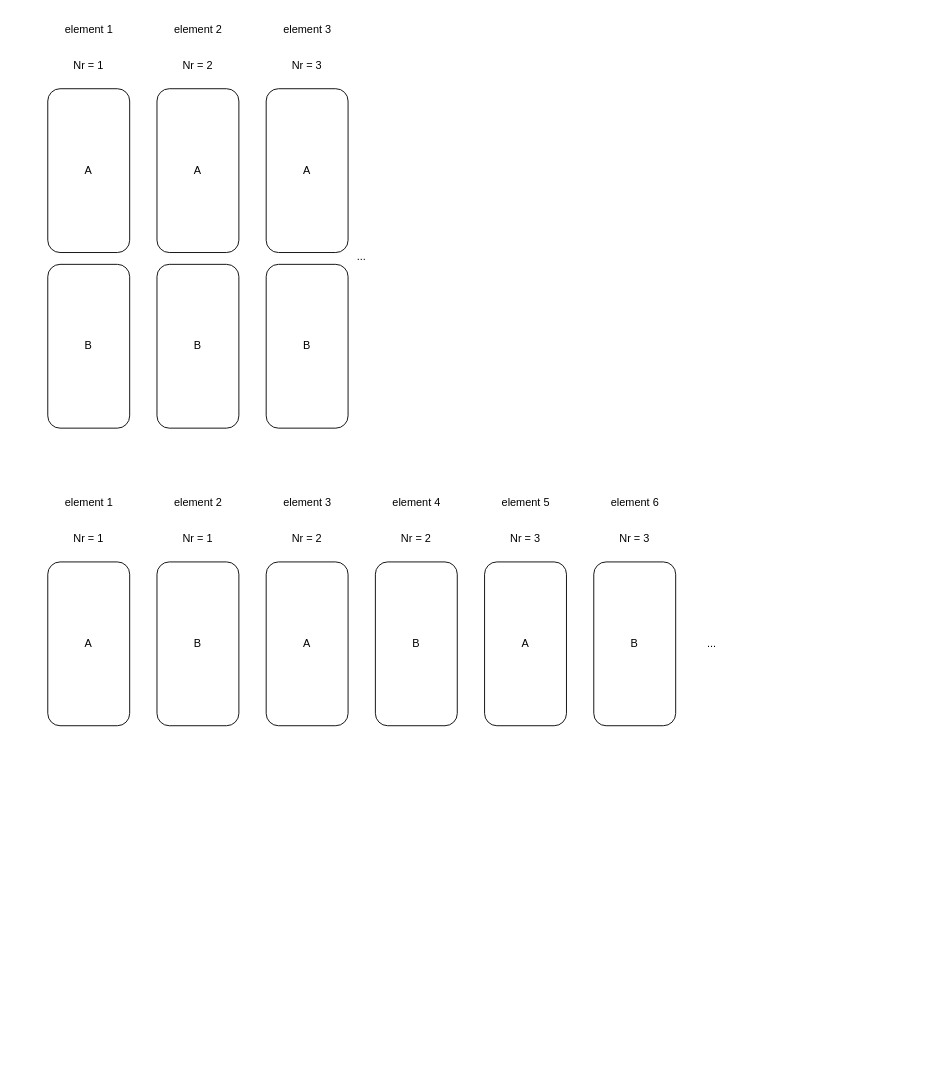
Above: SPR-CNN/未命名绘图.drawio in OuO333333/CNN4CE (draw.io), before the change. Source tidied: cells renumbered, new cells numbered last; positions are measured from the earlier drawing's top-left corner, leaving out a move shared by most shapes. Both pictures are drawn from the tidied source at 91%, with x=0, y=0 at pixel (47, 15).
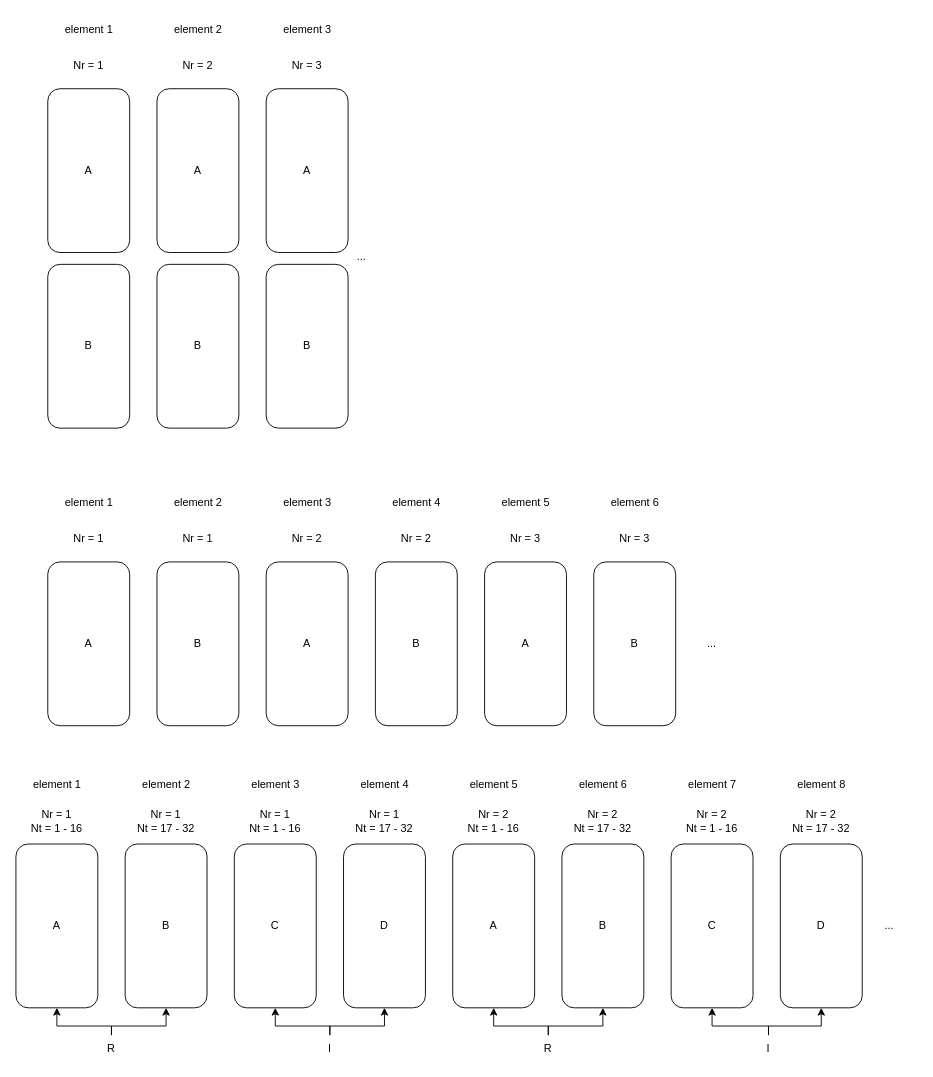
Above is the later version.

Commit message:
更新未命名绘图.drawio

What changed in the source:
```diff
@@
+    <mxCell id="34" value="A" style="rounded=1;whiteSpace=wrap;html=1;" parent="1" vertex="1">
+      <mxGeometry x="-35" y="910" width="90" height="180" as="geometry" />
+    </mxCell>
+    <mxCell id="35" value="Nr = 1&lt;br&gt;Nt = 1 - 16" style="text;html=1;strokeColor=none;fillColor=none;align=center;verticalAlign=middle;whiteSpace=wrap;rounded=0;" parent="1" vertex="1">
+      <mxGeometry x="-20" y="870" width="60" height="30" as="geometry" />
+    </mxCell>
+    <mxCell id="36" value="B" style="rounded=1;whiteSpace=wrap;html=1;" parent="1" vertex="1">
+      <mxGeometry x="85" y="910" width="90" height="180" as="geometry" />
+    </mxCell>
+    <mxCell id="37" value="Nr = 1&lt;br&gt;Nt = 17 - 32" style="text;html=1;strokeColor=none;fillColor=none;align=center;verticalAlign=middle;whiteSpace=wrap;rounded=0;" parent="1" vertex="1">
+      <mxGeometry x="95" y="870" width="70" height="30" as="geometry" />
+    </mxCell>
+    <mxCell id="38" value="C" style="rounded=1;whiteSpace=wrap;html=1;" parent="1" vertex="1">
+      <mxGeometry x="205" y="910" width="90" height="180" as="geometry" />
+    </mxCell>
+    <mxCell id="39" value="Nr = 1&lt;br&gt;Nt = 1 - 16" style="text;html=1;strokeColor=none;fillColor=none;align=center;verticalAlign=middle;whiteSpace=wrap;rounded=0;" parent="1" vertex="1">
+      <mxGeometry x="220" y="870" width="60" height="30" as="geometry" />
+    </mxCell>
+    <mxCell id="40" value="element 1" style="text;html=1;align=center;verticalAlign=middle;strokeColor=none;fillColor=none;" parent="1" vertex="1">
+      <mxGeometry x="-30" y="830" width="80" height="30" as="geometry" />
+    </mxCell>
+    <mxCell id="41" value="element 2" style="text;html=1;align=center;verticalAlign=middle;strokeColor=none;fillColor=none;" parent="1" vertex="1">
+      <mxGeometry x="90" y="830" width="80" height="30" as="geometry" />
+    </mxCell>
+    <mxCell id="42" value="element 3" style="text;html=1;align=center;verticalAlign=middle;strokeColor=none;fillColor=none;" parent="1" vertex="1">
+      <mxGeometry x="210" y="830" width="80" height="30" as="geometry" />
+    </mxCell>
+    <mxCell id="43" value="D" style="rounded=1;whiteSpace=wrap;html=1;" parent="1" vertex="1">
+      <mxGeometry x="325" y="910" width="90" height="180" as="geometry" />
+    </mxCell>
+    <mxCell id="44" value="Nr = 1&lt;br&gt;Nt = 17 - 32" style="text;html=1;strokeColor=none;fillColor=none;align=center;verticalAlign=middle;whiteSpace=wrap;rounded=0;" parent="1" vertex="1">
+      <mxGeometry x="335" y="870" width="70" height="30" as="geometry" />
+    </mxCell>
+    <mxCell id="45" value="A" style="rounded=1;whiteSpace=wrap;html=1;" parent="1" vertex="1">
+      <mxGeometry x="445" y="910" width="90" height="180" as="geometry" />
+    </mxCell>
+    <mxCell id="46" value="Nr = 2&lt;br&gt;Nt = 1 - 16" style="text;html=1;strokeColor=none;fillColor=none;align=center;verticalAlign=middle;whiteSpace=wrap;rounded=0;" parent="1" vertex="1">
+      <mxGeometry x="460" y="870" width="60" height="30" as="geometry" />
+    </mxCell>
+    <mxCell id="47" value="B" style="rounded=1;whiteSpace=wrap;html=1;" parent="1" vertex="1">
+      <mxGeometry x="565" y="910" width="90" height="180" as="geometry" />
+    </mxCell>
+    <mxCell id="48" value="Nr = 2&lt;br&gt;Nt = 17 - 32" style="text;html=1;strokeColor=none;fillColor=none;align=center;verticalAlign=middle;whiteSpace=wrap;rounded=0;" parent="1" vertex="1">
+      <mxGeometry x="575" y="870" width="70" height="30" as="geometry" />
+    </mxCell>
+    <mxCell id="49" value="element 4" style="text;html=1;align=center;verticalAlign=middle;strokeColor=none;fillColor=none;" parent="1" vertex="1">
+      <mxGeometry x="330" y="830" width="80" height="30" as="geometry" />
+    </mxCell>
+    <mxCell id="50" value="element 5" style="text;html=1;align=center;verticalAlign=middle;strokeColor=none;fillColor=none;" parent="1" vertex="1">
+      <mxGeometry x="450" y="830" width="80" height="30" as="geometry" />
+    </mxCell>
+    <mxCell id="51" value="element 6" style="text;html=1;align=center;verticalAlign=middle;strokeColor=none;fillColor=none;" parent="1" vertex="1">
+      <mxGeometry x="570" y="830" width="80" height="30" as="geometry" />
+    </mxCell>
+    <mxCell id="52" value="C" style="rounded=1;whiteSpace=wrap;html=1;" parent="1" vertex="1">
+      <mxGeometry x="685" y="910" width="90" height="180" as="geometry" />
+    </mxCell>
+    <mxCell id="53" value="Nr = 2&lt;br&gt;Nt = 1 - 16" style="text;html=1;strokeColor=none;fillColor=none;align=center;verticalAlign=middle;whiteSpace=wrap;rounded=0;" parent="1" vertex="1">
+      <mxGeometry x="700" y="870" width="60" height="30" as="geometry" />
+    </mxCell>
+    <mxCell id="54" value="D" style="rounded=1;whiteSpace=wrap;html=1;" parent="1" vertex="1">
+      <mxGeometry x="805" y="910" width="90" height="180" as="geometry" />
+    </mxCell>
+    <mxCell id="55" value="Nr = 2&lt;br&gt;Nt = 17 - 32" style="text;html=1;strokeColor=none;fillColor=none;align=center;verticalAlign=middle;whiteSpace=wrap;rounded=0;" parent="1" vertex="1">
+      <mxGeometry x="815" y="870" width="70" height="30" as="geometry" />
+    </mxCell>
+    <mxCell id="56" value="element 7" style="text;html=1;align=center;verticalAlign=middle;strokeColor=none;fillColor=none;" parent="1" vertex="1">
+      <mxGeometry x="690" y="830" width="80" height="30" as="geometry" />
+    </mxCell>
+    <mxCell id="57" value="element 8" style="text;html=1;align=center;verticalAlign=middle;strokeColor=none;fillColor=none;" parent="1" vertex="1">
+      <mxGeometry x="810" y="830" width="80" height="30" as="geometry" />
+    </mxCell>
+    <mxCell id="58" style="edgeStyle=orthogonalEdgeStyle;rounded=0;jettySize=auto;html=1;exitX=0.5;exitY=0;exitDx=0;exitDy=0;entryX=0.5;entryY=1;entryDx=0;entryDy=0;" parent="1" edge="1" source="60" target="52">
+      <mxGeometry relative="1" as="geometry">
+        <Array as="points">
+          <mxPoint x="792" y="1110" />
+          <mxPoint x="730" y="1110" />
+        </Array>
+      </mxGeometry>
+    </mxCell>
+    <mxCell id="59" style="edgeStyle=orthogonalEdgeStyle;rounded=0;jettySize=auto;html=1;exitX=0.5;exitY=0;exitDx=0;exitDy=0;entryX=0.5;entryY=1;entryDx=0;entryDy=0;" parent="1" edge="1" source="60" target="54">
+      <mxGeometry relative="1" as="geometry">
+        <Array as="points">
+          <mxPoint x="792" y="1110" />
+          <mxPoint x="850" y="1110" />
+        </Array>
+      </mxGeometry>
+    </mxCell>
+    <mxCell id="60" value="I" style="text;html=1;strokeColor=none;fillColor=none;align=center;verticalAlign=middle;whiteSpace=wrap;rounded=0;" parent="1" vertex="1">
+      <mxGeometry x="762" y="1120" width="60" height="30" as="geometry" />
+    </mxCell>
+    <mxCell id="61" style="edgeStyle=orthogonalEdgeStyle;rounded=0;jettySize=auto;html=1;exitX=0.5;exitY=0;exitDx=0;exitDy=0;entryX=0.5;entryY=1;entryDx=0;entryDy=0;" parent="1" edge="1" source="63" target="34">
+      <mxGeometry relative="1" as="geometry">
+        <Array as="points">
+          <mxPoint x="70" y="1110" />
+          <mxPoint x="10" y="1110" />
+        </Array>
+      </mxGeometry>
+    </mxCell>
+    <mxCell id="62" style="edgeStyle=orthogonalEdgeStyle;rounded=0;jettySize=auto;html=1;entryX=0.5;entryY=1;entryDx=0;entryDy=0;" parent="1" edge="1" source="63" target="36">
+      <mxGeometry relative="1" as="geometry">
+        <Array as="points">
+          <mxPoint x="70" y="1110" />
+          <mxPoint x="130" y="1110" />
+        </Array>
+      </mxGeometry>
+    </mxCell>
+    <mxCell id="63" value="R" style="text;html=1;strokeColor=none;fillColor=none;align=center;verticalAlign=middle;whiteSpace=wrap;rounded=0;" parent="1" vertex="1">
+      <mxGeometry x="40" y="1120" width="60" height="30" as="geometry" />
+    </mxCell>
+    <mxCell id="64" style="edgeStyle=orthogonalEdgeStyle;rounded=0;jettySize=auto;html=1;exitX=0.5;exitY=0;exitDx=0;exitDy=0;entryX=0.5;entryY=1;entryDx=0;entryDy=0;" parent="1" edge="1" source="66" target="38">
+      <mxGeometry relative="1" as="geometry">
+        <Array as="points">
+          <mxPoint x="310" y="1110" />
+          <mxPoint x="250" y="1110" />
+        </Array>
+      </mxGeometry>
+    </mxCell>
+    <mxCell id="65" style="edgeStyle=orthogonalEdgeStyle;rounded=0;jettySize=auto;html=1;exitX=0.5;exitY=0;exitDx=0;exitDy=0;entryX=0.5;entryY=1;entryDx=0;entryDy=0;" parent="1" edge="1" source="66" target="43">
+      <mxGeometry relative="1" as="geometry">
+        <Array as="points">
+          <mxPoint x="310" y="1110" />
+          <mxPoint x="370" y="1110" />
+        </Array>
+      </mxGeometry>
+    </mxCell>
+    <mxCell id="66" value="I" style="text;html=1;strokeColor=none;fillColor=none;align=center;verticalAlign=middle;whiteSpace=wrap;rounded=0;" parent="1" vertex="1">
+      <mxGeometry x="280" y="1120" width="60" height="30" as="geometry" />
+    </mxCell>
+    <mxCell id="67" style="edgeStyle=orthogonalEdgeStyle;rounded=0;jettySize=auto;html=1;exitX=0.5;exitY=0;exitDx=0;exitDy=0;entryX=0.5;entryY=1;entryDx=0;entryDy=0;" parent="1" edge="1" source="69" target="45">
+      <mxGeometry relative="1" as="geometry">
+        <Array as="points">
+          <mxPoint x="550" y="1110" />
+          <mxPoint x="490" y="1110" />
+        </Array>
+      </mxGeometry>
+    </mxCell>
+    <mxCell id="68" style="edgeStyle=orthogonalEdgeStyle;rounded=0;jettySize=auto;html=1;entryX=0.5;entryY=1;entryDx=0;entryDy=0;" parent="1" edge="1" source="69" target="47">
+      <mxGeometry relative="1" as="geometry">
+        <Array as="points">
+          <mxPoint x="550" y="1110" />
+          <mxPoint x="610" y="1110" />
+        </Array>
+      </mxGeometry>
+    </mxCell>
+    <mxCell id="69" value="R" style="text;html=1;strokeColor=none;fillColor=none;align=center;verticalAlign=middle;whiteSpace=wrap;rounded=0;" parent="1" vertex="1">
+      <mxGeometry x="520" y="1120" width="60" height="30" as="geometry" />
+    </mxCell>
+    <mxCell id="70" value="..." style="text;html=1;strokeColor=none;fillColor=none;align=center;verticalAlign=middle;whiteSpace=wrap;rounded=0;" parent="1" vertex="1">
+      <mxGeometry x="895" y="985" width="60" height="30" as="geometry" />
+    </mxCell>
```
